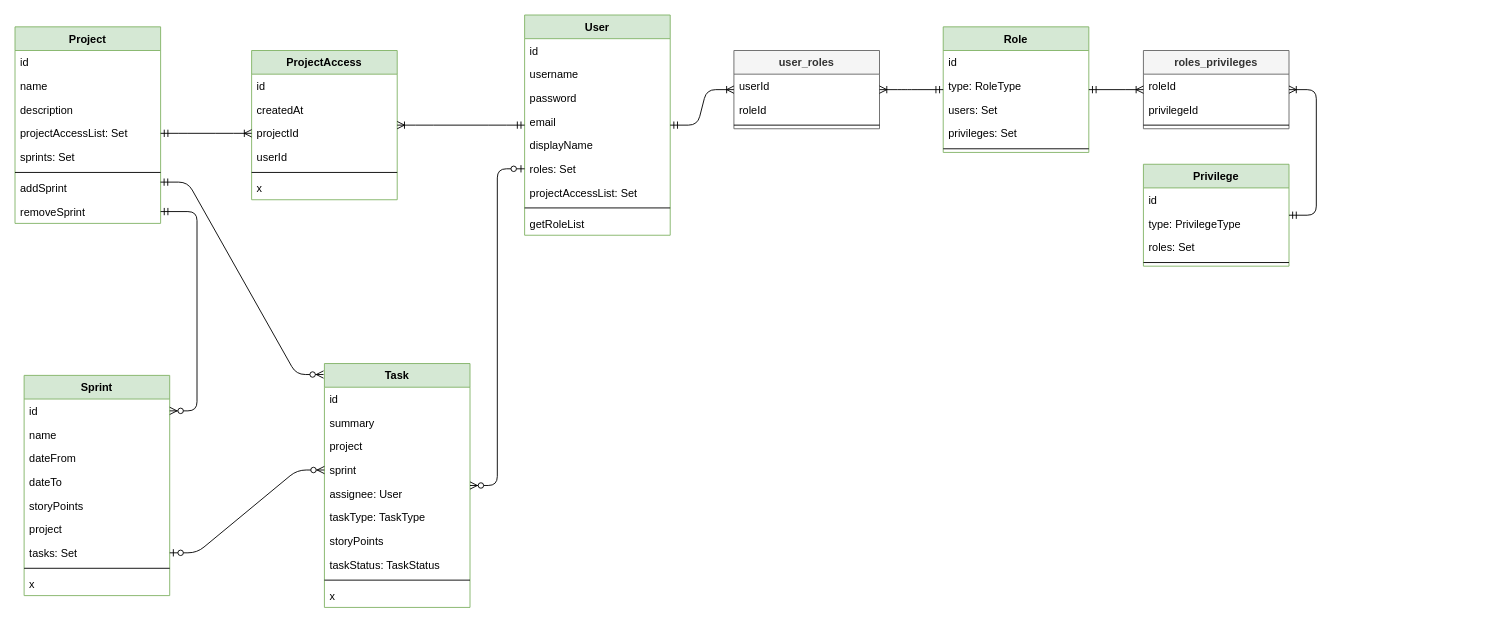
cosminbucur/final-ro23 keeps this draw.io diagram as docs/3 infrastructure/database model sample.drawio. Above is the earlier version. Source tidied: cells renumbered, new cells numbered last; positions are measured from the earlier drawing's top-left corner, leaving out a move shared by most shapes. Both pictures are drawn from the tidied source at 91%, with x=0, y=0 at pixel (15, 15).
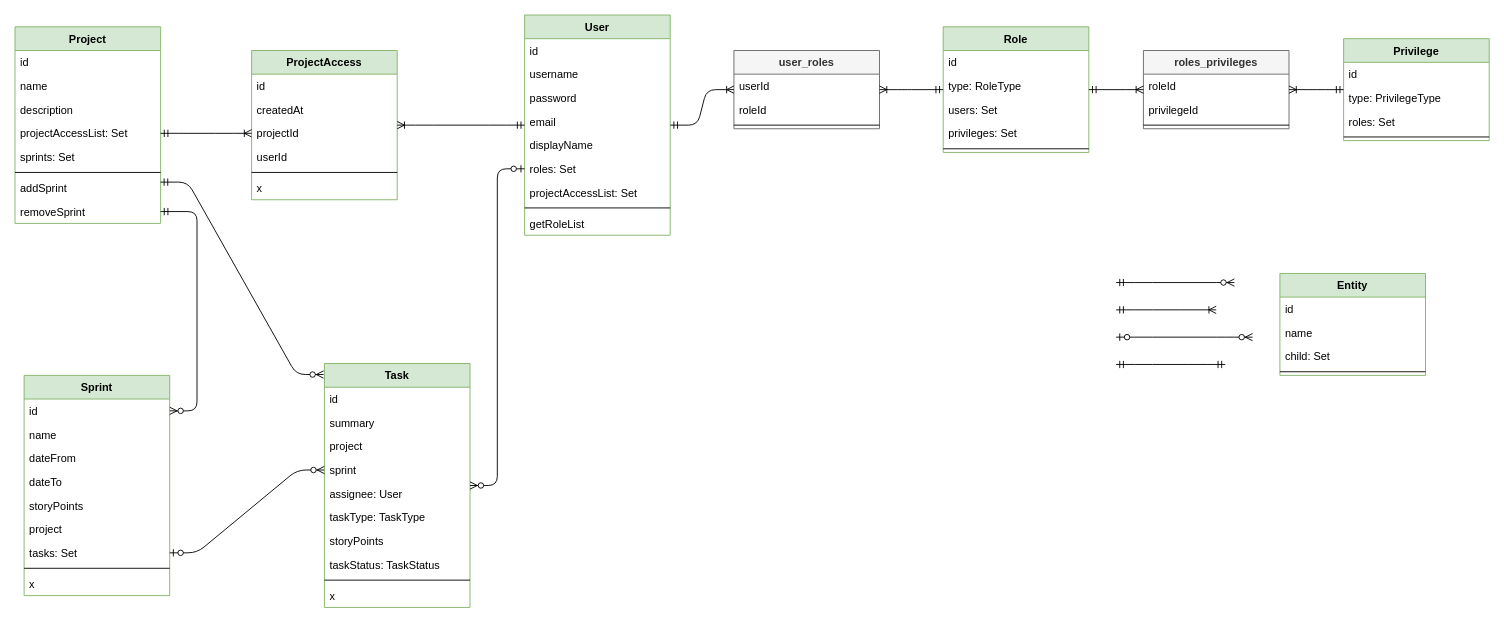
Above is the later version.

Change to the diagram source:
```diff
@@
     <mxCell id="61" value="Privilege" style="swimlane;fontStyle=1;align=center;verticalAlign=top;horizontal=1;startSize=26;fillColor=#d5e8d4;strokeColor=#82b366;" parent="1" vertex="1">
-      <mxGeometry x="1240" y="164" width="160" height="112" as="geometry" />
+      <mxGeometry x="1460" y="26" width="160" height="112" as="geometry" />
     </mxCell>
@@
+    <mxCell id="78" style="edgeStyle=entityRelationEdgeStyle;fontSize=12;html=1;endArrow=ERzeroToMany;startArrow=ERzeroToOne;" parent="1" edge="1">
+      <mxGeometry relative="1" as="geometry">
+        <mxPoint x="1210" y="354" as="sourcePoint" />
+        <mxPoint x="1360" y="354" as="targetPoint" />
+      </mxGeometry>
+    </mxCell>
+    <mxCell id="79" style="edgeStyle=entityRelationEdgeStyle;fontSize=12;html=1;endArrow=ERzeroToMany;startArrow=ERmandOne;" parent="1" edge="1">
+      <mxGeometry relative="1" as="geometry">
+        <mxPoint x="1210" y="294" as="sourcePoint" />
+        <mxPoint x="1340" y="294" as="targetPoint" />
+      </mxGeometry>
+    </mxCell>
+    <mxCell id="80" style="edgeStyle=entityRelationEdgeStyle;fontSize=12;html=1;endArrow=ERoneToMany;startArrow=ERmandOne;" parent="1" edge="1">
+      <mxGeometry relative="1" as="geometry">
+        <mxPoint x="1210" y="324" as="sourcePoint" />
+        <mxPoint x="1320" y="324" as="targetPoint" />
+      </mxGeometry>
+    </mxCell>
+    <mxCell id="81" value="Entity" style="swimlane;fontStyle=1;align=center;verticalAlign=top;horizontal=1;startSize=26;fillColor=#d5e8d4;strokeColor=#82b366;" parent="1" vertex="1">
+      <mxGeometry x="1390" y="284" width="160" height="112" as="geometry" />
+    </mxCell>
+    <mxCell id="82" value="id" style="text;strokeColor=none;fillColor=none;align=left;verticalAlign=top;spacingLeft=4;spacingRight=4;overflow=hidden;" parent="81" vertex="1">
+      <mxGeometry y="26" width="160" height="26" as="geometry" />
+    </mxCell>
+    <mxCell id="83" value="name" style="text;strokeColor=none;fillColor=none;align=left;verticalAlign=top;spacingLeft=4;spacingRight=4;overflow=hidden;" parent="81" vertex="1">
+      <mxGeometry y="52" width="160" height="26" as="geometry" />
+    </mxCell>
+    <mxCell id="84" value="child: Set" style="text;strokeColor=none;fillColor=none;align=left;verticalAlign=top;spacingLeft=4;spacingRight=4;overflow=hidden;" parent="81" vertex="1">
+      <mxGeometry y="78" width="160" height="26" as="geometry" />
+    </mxCell>
+    <mxCell id="85" style="line;strokeWidth=1;fillColor=none;align=left;verticalAlign=middle;spacingTop=-1;spacingLeft=3;spacingRight=3;labelPosition=right;" parent="81" vertex="1">
+      <mxGeometry y="104" width="160" height="8" as="geometry" />
+    </mxCell>
+    <mxCell id="86" style="edgeStyle=entityRelationEdgeStyle;fontSize=12;html=1;endArrow=ERmandOne;startArrow=ERmandOne;" parent="1" edge="1">
+      <mxGeometry relative="1" as="geometry">
+        <mxPoint x="1210" y="384" as="sourcePoint" />
+        <mxPoint x="1330" y="384" as="targetPoint" />
+      </mxGeometry>
+    </mxCell>
```
